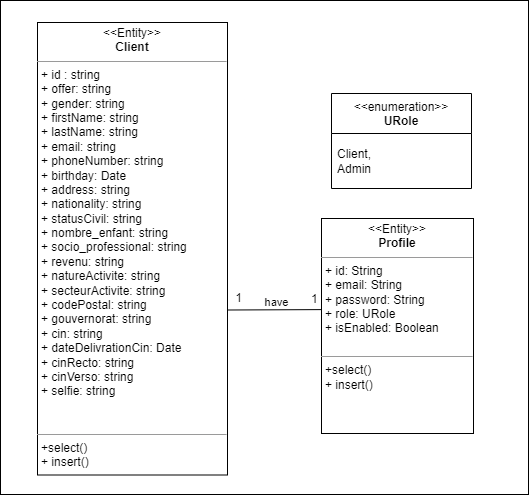
Above: sprint 1/class diagrams/GlobalSprint1ClassDiagram.drawio.png in nourbenmoulehem/mermaid-markdown-practice (draw.io), before the change. Source tidied: cells renumbered, new cells last; positions are measured from the earlier drawing's top-left corner, leaving out a move shared by most shapes.
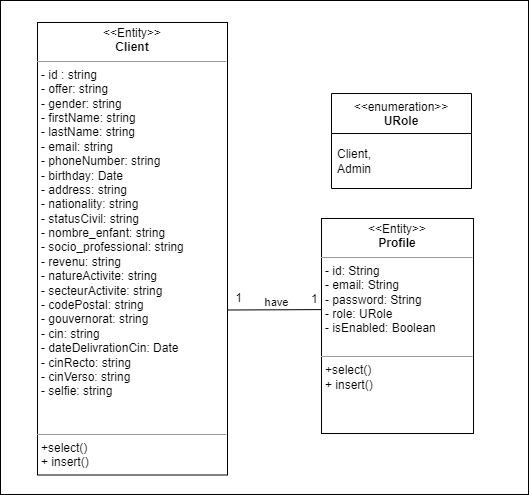
The same file after the commit.

Commit message:
changed sprint class diagram and added changement file

The edit, as a diff of the source:
```diff
@@ -27,10 +27,10 @@
         <mxPoint x="14" y="-25" as="offset" />
       </mxGeometry>
     </mxCell>
-    <mxCell id="8" value="&lt;p style=&quot;margin:0px;margin-top:4px;text-align:center;&quot;&gt;&amp;lt;&amp;lt;Entity&amp;gt;&amp;gt;&lt;br&gt;&lt;b&gt;Profile&lt;/b&gt;&lt;/p&gt;&lt;hr size=&quot;1&quot;&gt;&lt;p style=&quot;margin:0px;margin-left:4px;&quot;&gt;+ id: String&lt;/p&gt;&lt;p style=&quot;border-color: var(--border-color); margin: 0px 0px 0px 4px;&quot;&gt;+ email: String&lt;/p&gt;&lt;p style=&quot;border-color: var(--border-color); margin: 0px 0px 0px 4px;&quot;&gt;+ password: String&lt;/p&gt;&lt;p style=&quot;border-color: var(--border-color); margin: 0px 0px 0px 4px;&quot;&gt;+ role: URole&lt;/p&gt;&lt;p style=&quot;border-color: var(--border-color); margin: 0px 0px 0px 4px;&quot;&gt;+ isEnabled: Boolean&lt;/p&gt;&lt;p style=&quot;border-color: var(--border-color); margin: 0px 0px 0px 4px;&quot;&gt;&lt;br&gt;&lt;/p&gt;&lt;hr size=&quot;1&quot;&gt;&lt;p style=&quot;margin:0px;margin-left:4px;&quot;&gt;+select()&lt;/p&gt;&lt;p style=&quot;margin:0px;margin-left:4px;&quot;&gt;+ insert()&lt;/p&gt;&lt;p style=&quot;margin:0px;margin-left:4px;&quot;&gt;&lt;br&gt;&lt;/p&gt;" style="verticalAlign=top;align=left;overflow=fill;fontSize=12;fontFamily=Helvetica;html=1;whiteSpace=wrap;" parent="1" vertex="1">
+    <mxCell id="8" value="&lt;p style=&quot;margin:0px;margin-top:4px;text-align:center;&quot;&gt;&amp;lt;&amp;lt;Entity&amp;gt;&amp;gt;&lt;br&gt;&lt;b&gt;Profile&lt;/b&gt;&lt;/p&gt;&lt;hr size=&quot;1&quot;&gt;&lt;p style=&quot;margin:0px;margin-left:4px;&quot;&gt;- id: String&lt;/p&gt;&lt;p style=&quot;border-color: var(--border-color); margin: 0px 0px 0px 4px;&quot;&gt;- email: String&lt;/p&gt;&lt;p style=&quot;border-color: var(--border-color); margin: 0px 0px 0px 4px;&quot;&gt;- password: String&lt;/p&gt;&lt;p style=&quot;border-color: var(--border-color); margin: 0px 0px 0px 4px;&quot;&gt;- role: URole&lt;/p&gt;&lt;p style=&quot;border-color: var(--border-color); margin: 0px 0px 0px 4px;&quot;&gt;- isEnabled: Boolean&lt;/p&gt;&lt;p style=&quot;border-color: var(--border-color); margin: 0px 0px 0px 4px;&quot;&gt;&lt;br&gt;&lt;/p&gt;&lt;hr size=&quot;1&quot;&gt;&lt;p style=&quot;margin:0px;margin-left:4px;&quot;&gt;+select()&lt;/p&gt;&lt;p style=&quot;margin:0px;margin-left:4px;&quot;&gt;+ insert()&lt;/p&gt;&lt;p style=&quot;margin:0px;margin-left:4px;&quot;&gt;&lt;br&gt;&lt;/p&gt;" style="verticalAlign=top;align=left;overflow=fill;fontSize=12;fontFamily=Helvetica;html=1;whiteSpace=wrap;" parent="1" vertex="1">
       <mxGeometry x="321" y="218" width="152" height="215" as="geometry" />
     </mxCell>
-    <mxCell id="9" value="&lt;p style=&quot;margin:0px;margin-top:4px;text-align:center;&quot;&gt;&amp;lt;&amp;lt;Entity&amp;gt;&amp;gt;&lt;br&gt;&lt;b&gt;Client&lt;/b&gt;&lt;/p&gt;&lt;hr size=&quot;1&quot;&gt;&lt;p style=&quot;margin: 0px 0px 0px 4px;&quot;&gt;+ id : string&lt;br&gt;&lt;/p&gt;&lt;p style=&quot;margin: 0px 0px 0px 4px;&quot;&gt;+ offer:&amp;nbsp;&lt;span style=&quot;background-color: initial;&quot;&gt;string&lt;/span&gt;&lt;/p&gt;&lt;p style=&quot;margin: 0px 0px 0px 4px;&quot;&gt;+ gender:&amp;nbsp;&lt;span style=&quot;background-color: initial;&quot;&gt;string&lt;/span&gt;&lt;/p&gt;&lt;p style=&quot;margin: 0px 0px 0px 4px;&quot;&gt;+ firstName:&amp;nbsp;&lt;span style=&quot;background-color: initial;&quot;&gt;string&lt;/span&gt;&lt;/p&gt;&lt;p style=&quot;margin: 0px 0px 0px 4px;&quot;&gt;+ lastName:&amp;nbsp;&lt;span style=&quot;background-color: initial;&quot;&gt;string&lt;/span&gt;&lt;/p&gt;&lt;p style=&quot;margin: 0px 0px 0px 4px;&quot;&gt;+ email:&amp;nbsp;&lt;span style=&quot;background-color: initial;&quot;&gt;string&lt;/span&gt;&lt;/p&gt;&lt;p style=&quot;margin: 0px 0px 0px 4px;&quot;&gt;+ phoneNumber:&amp;nbsp;&lt;span style=&quot;background-color: initial;&quot;&gt;string&lt;/span&gt;&lt;/p&gt;&lt;p style=&quot;margin: 0px 0px 0px 4px;&quot;&gt;+ birthday: Date&lt;/p&gt;&lt;p style=&quot;margin: 0px 0px 0px 4px;&quot;&gt;+ address:&amp;nbsp;&lt;span style=&quot;background-color: initial;&quot;&gt;string&lt;/span&gt;&lt;/p&gt;&lt;p style=&quot;margin: 0px 0px 0px 4px;&quot;&gt;+ nationality:&amp;nbsp;&lt;span style=&quot;background-color: initial;&quot;&gt;string&lt;/span&gt;&lt;/p&gt;&lt;p style=&quot;margin: 0px 0px 0px 4px;&quot;&gt;+ statusCivil:&amp;nbsp;&lt;span style=&quot;background-color: initial;&quot;&gt;string&lt;/span&gt;&lt;/p&gt;&lt;p style=&quot;margin: 0px 0px 0px 4px;&quot;&gt;+ nombre_enfant:&amp;nbsp;&lt;span style=&quot;background-color: initial;&quot;&gt;string&lt;/span&gt;&lt;/p&gt;&lt;p style=&quot;margin: 0px 0px 0px 4px;&quot;&gt;+ socio_professional:&amp;nbsp;&lt;span style=&quot;background-color: initial;&quot;&gt;string&lt;/span&gt;&lt;/p&gt;&lt;p style=&quot;margin: 0px 0px 0px 4px;&quot;&gt;+ revenu:&amp;nbsp;&lt;span style=&quot;background-color: initial;&quot;&gt;string&lt;/span&gt;&lt;/p&gt;&lt;p style=&quot;margin: 0px 0px 0px 4px;&quot;&gt;+ natureActivite:&amp;nbsp;&lt;span style=&quot;background-color: initial;&quot;&gt;string&lt;/span&gt;&lt;/p&gt;&lt;p style=&quot;margin: 0px 0px 0px 4px;&quot;&gt;+ secteurActivite:&amp;nbsp;&lt;span style=&quot;background-color: initial;&quot;&gt;string&lt;/span&gt;&lt;/p&gt;&lt;p style=&quot;margin: 0px 0px 0px 4px;&quot;&gt;+ codePostal:&amp;nbsp;&lt;span style=&quot;background-color: initial;&quot;&gt;string&lt;/span&gt;&lt;/p&gt;&lt;p style=&quot;margin: 0px 0px 0px 4px;&quot;&gt;+ gouvernorat:&amp;nbsp;&lt;span style=&quot;background-color: initial;&quot;&gt;string&lt;/span&gt;&lt;/p&gt;&lt;p style=&quot;margin: 0px 0px 0px 4px;&quot;&gt;+ cin:&amp;nbsp;&lt;span style=&quot;background-color: initial;&quot;&gt;string&lt;/span&gt;&lt;/p&gt;&lt;p style=&quot;margin: 0px 0px 0px 4px;&quot;&gt;+ dateDelivrationCin: Date&lt;/p&gt;&lt;p style=&quot;margin: 0px 0px 0px 4px;&quot;&gt;+ cinRecto:&amp;nbsp;&lt;span style=&quot;background-color: initial;&quot;&gt;string&lt;/span&gt;&lt;/p&gt;&lt;p style=&quot;margin: 0px 0px 0px 4px;&quot;&gt;+ cinVerso:&amp;nbsp;&lt;span style=&quot;background-color: initial;&quot;&gt;string&lt;/span&gt;&lt;/p&gt;&lt;p style=&quot;margin: 0px 0px 0px 4px;&quot;&gt;+ selfie:&amp;nbsp;&lt;span style=&quot;background-color: initial;&quot;&gt;string&lt;/span&gt;&lt;/p&gt;&lt;p style=&quot;border-color: var(--border-color); margin: 0px 0px 0px 4px;&quot;&gt;&lt;br&gt;&lt;/p&gt;&lt;p style=&quot;border-color: var(--border-color); margin: 0px 0px 0px 4px;&quot;&gt;&lt;br&gt;&lt;/p&gt;&lt;hr size=&quot;1&quot;&gt;&lt;p style=&quot;margin:0px;margin-left:4px;&quot;&gt;+select()&lt;/p&gt;&lt;p style=&quot;margin:0px;margin-left:4px;&quot;&gt;+ insert()&lt;/p&gt;&lt;p style=&quot;margin:0px;margin-left:4px;&quot;&gt;&lt;br&gt;&lt;/p&gt;" style="verticalAlign=top;align=left;overflow=fill;fontSize=12;fontFamily=Helvetica;html=1;whiteSpace=wrap;" parent="1" vertex="1">
+    <mxCell id="9" value="&lt;p style=&quot;margin:0px;margin-top:4px;text-align:center;&quot;&gt;&amp;lt;&amp;lt;Entity&amp;gt;&amp;gt;&lt;br&gt;&lt;b&gt;Client&lt;/b&gt;&lt;/p&gt;&lt;hr size=&quot;1&quot;&gt;&lt;p style=&quot;margin: 0px 0px 0px 4px;&quot;&gt;- id : string&lt;br&gt;&lt;/p&gt;&lt;p style=&quot;margin: 0px 0px 0px 4px;&quot;&gt;- offer:&amp;nbsp;&lt;span style=&quot;background-color: initial;&quot;&gt;string&lt;/span&gt;&lt;/p&gt;&lt;p style=&quot;margin: 0px 0px 0px 4px;&quot;&gt;- gender:&amp;nbsp;&lt;span style=&quot;background-color: initial;&quot;&gt;string&lt;/span&gt;&lt;/p&gt;&lt;p style=&quot;margin: 0px 0px 0px 4px;&quot;&gt;- firstName:&amp;nbsp;&lt;span style=&quot;background-color: initial;&quot;&gt;string&lt;/span&gt;&lt;/p&gt;&lt;p style=&quot;margin: 0px 0px 0px 4px;&quot;&gt;- lastName:&amp;nbsp;&lt;span style=&quot;background-color: initial;&quot;&gt;string&lt;/span&gt;&lt;/p&gt;&lt;p style=&quot;margin: 0px 0px 0px 4px;&quot;&gt;- email:&amp;nbsp;&lt;span style=&quot;background-color: initial;&quot;&gt;string&lt;/span&gt;&lt;/p&gt;&lt;p style=&quot;margin: 0px 0px 0px 4px;&quot;&gt;- phoneNumber:&amp;nbsp;&lt;span style=&quot;background-color: initial;&quot;&gt;string&lt;/span&gt;&lt;/p&gt;&lt;p style=&quot;margin: 0px 0px 0px 4px;&quot;&gt;- birthday: Date&lt;/p&gt;&lt;p style=&quot;margin: 0px 0px 0px 4px;&quot;&gt;- address:&amp;nbsp;&lt;span style=&quot;background-color: initial;&quot;&gt;string&lt;/span&gt;&lt;/p&gt;&lt;p style=&quot;margin: 0px 0px 0px 4px;&quot;&gt;- nationality:&amp;nbsp;&lt;span style=&quot;background-color: initial;&quot;&gt;string&lt;/span&gt;&lt;/p&gt;&lt;p style=&quot;margin: 0px 0px 0px 4px;&quot;&gt;- statusCivil:&amp;nbsp;&lt;span style=&quot;background-color: initial;&quot;&gt;string&lt;/span&gt;&lt;/p&gt;&lt;p style=&quot;margin: 0px 0px 0px 4px;&quot;&gt;- nombre_enfant:&amp;nbsp;&lt;span style=&quot;background-color: initial;&quot;&gt;string&lt;/span&gt;&lt;/p&gt;&lt;p style=&quot;margin: 0px 0px 0px 4px;&quot;&gt;- socio_professional:&amp;nbsp;&lt;span style=&quot;background-color: initial;&quot;&gt;string&lt;/span&gt;&lt;/p&gt;&lt;p style=&quot;margin: 0px 0px 0px 4px;&quot;&gt;- revenu:&amp;nbsp;&lt;span style=&quot;background-color: initial;&quot;&gt;string&lt;/span&gt;&lt;/p&gt;&lt;p style=&quot;margin: 0px 0px 0px 4px;&quot;&gt;- natureActivite:&amp;nbsp;&lt;span style=&quot;background-color: initial;&quot;&gt;string&lt;/span&gt;&lt;/p&gt;&lt;p style=&quot;margin: 0px 0px 0px 4px;&quot;&gt;- secteurActivite:&amp;nbsp;&lt;span style=&quot;background-color: initial;&quot;&gt;string&lt;/span&gt;&lt;/p&gt;&lt;p style=&quot;margin: 0px 0px 0px 4px;&quot;&gt;- codePostal:&amp;nbsp;&lt;span style=&quot;background-color: initial;&quot;&gt;string&lt;/span&gt;&lt;/p&gt;&lt;p style=&quot;margin: 0px 0px 0px 4px;&quot;&gt;- gouvernorat:&amp;nbsp;&lt;span style=&quot;background-color: initial;&quot;&gt;string&lt;/span&gt;&lt;/p&gt;&lt;p style=&quot;margin: 0px 0px 0px 4px;&quot;&gt;- cin:&amp;nbsp;&lt;span style=&quot;background-color: initial;&quot;&gt;string&lt;/span&gt;&lt;/p&gt;&lt;p style=&quot;margin: 0px 0px 0px 4px;&quot;&gt;- dateDelivrationCin: Date&lt;/p&gt;&lt;p style=&quot;margin: 0px 0px 0px 4px;&quot;&gt;- cinRecto:&amp;nbsp;&lt;span style=&quot;background-color: initial;&quot;&gt;string&lt;/span&gt;&lt;/p&gt;&lt;p style=&quot;margin: 0px 0px 0px 4px;&quot;&gt;- cinVerso:&amp;nbsp;&lt;span style=&quot;background-color: initial;&quot;&gt;string&lt;/span&gt;&lt;/p&gt;&lt;p style=&quot;margin: 0px 0px 0px 4px;&quot;&gt;- selfie:&amp;nbsp;&lt;span style=&quot;background-color: initial;&quot;&gt;string&lt;/span&gt;&lt;/p&gt;&lt;p style=&quot;border-color: var(--border-color); margin: 0px 0px 0px 4px;&quot;&gt;&lt;br&gt;&lt;/p&gt;&lt;p style=&quot;border-color: var(--border-color); margin: 0px 0px 0px 4px;&quot;&gt;&lt;br&gt;&lt;/p&gt;&lt;hr size=&quot;1&quot;&gt;&lt;p style=&quot;margin:0px;margin-left:4px;&quot;&gt;+select()&lt;/p&gt;&lt;p style=&quot;margin:0px;margin-left:4px;&quot;&gt;+ insert()&lt;/p&gt;&lt;p style=&quot;margin:0px;margin-left:4px;&quot;&gt;&lt;br&gt;&lt;/p&gt;" style="verticalAlign=top;align=left;overflow=fill;fontSize=12;fontFamily=Helvetica;html=1;whiteSpace=wrap;" parent="1" vertex="1">
       <mxGeometry x="37" y="22" width="190" height="452.5" as="geometry" />
     </mxCell>
     <mxCell id="10" value="&amp;lt;&amp;lt;enumeration&amp;gt;&amp;gt;&lt;br&gt;&lt;b&gt;URole&lt;/b&gt;" style="swimlane;fontStyle=0;align=center;verticalAlign=top;horizontal=1;startSize=40;html=1;whiteSpace=wrap;" parent="1" vertex="1">
```
